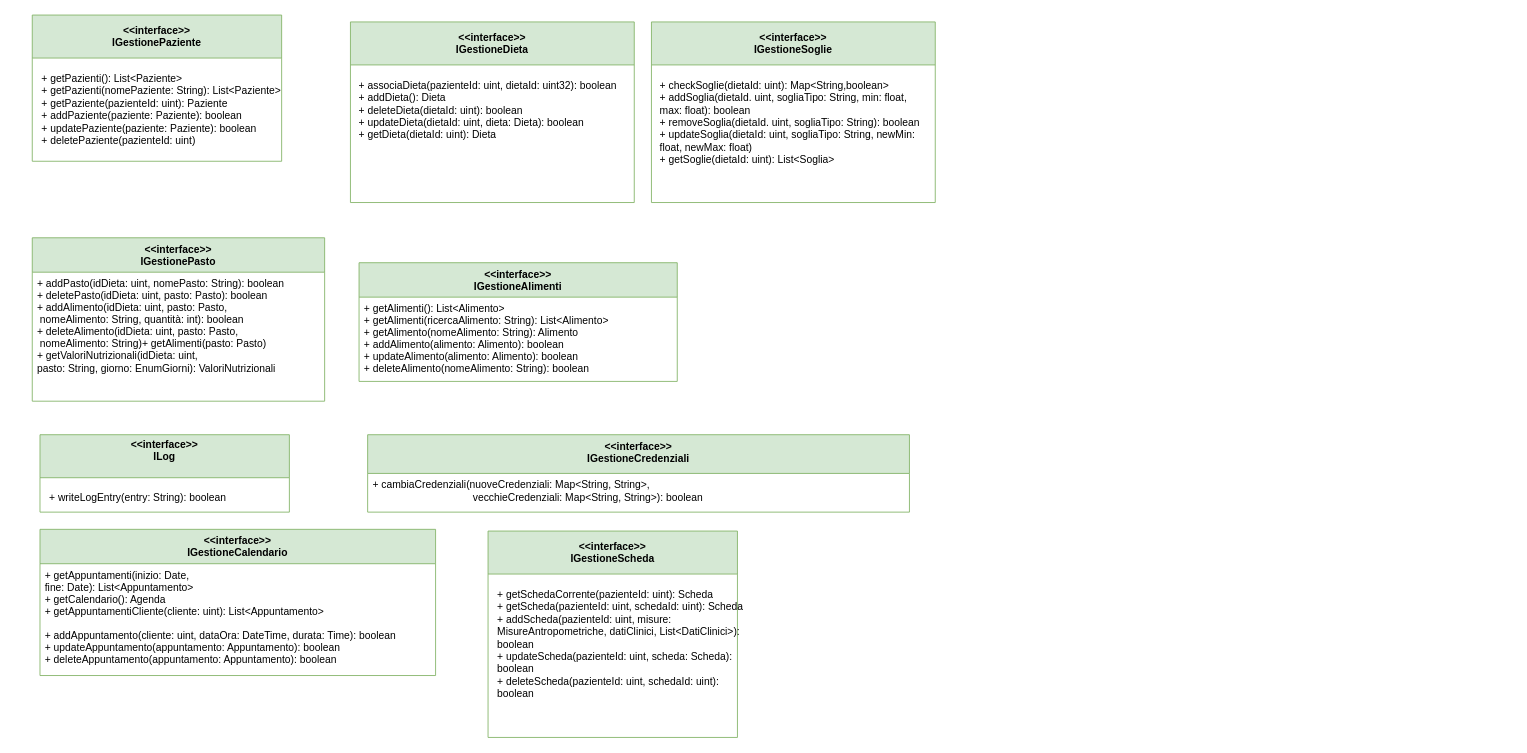
Earlier version of the draw.io diagram UML/UML_interfacce.drawio (DeborohNoah/IngSoft). Source tidied: cells renumbered, new cells numbered last; positions are measured from the earlier drawing's top-left corner, leaving out a move shared by most shapes. Both pictures are drawn from the tidied source at 86%, with x=0, y=0 at pixel (32, 15).
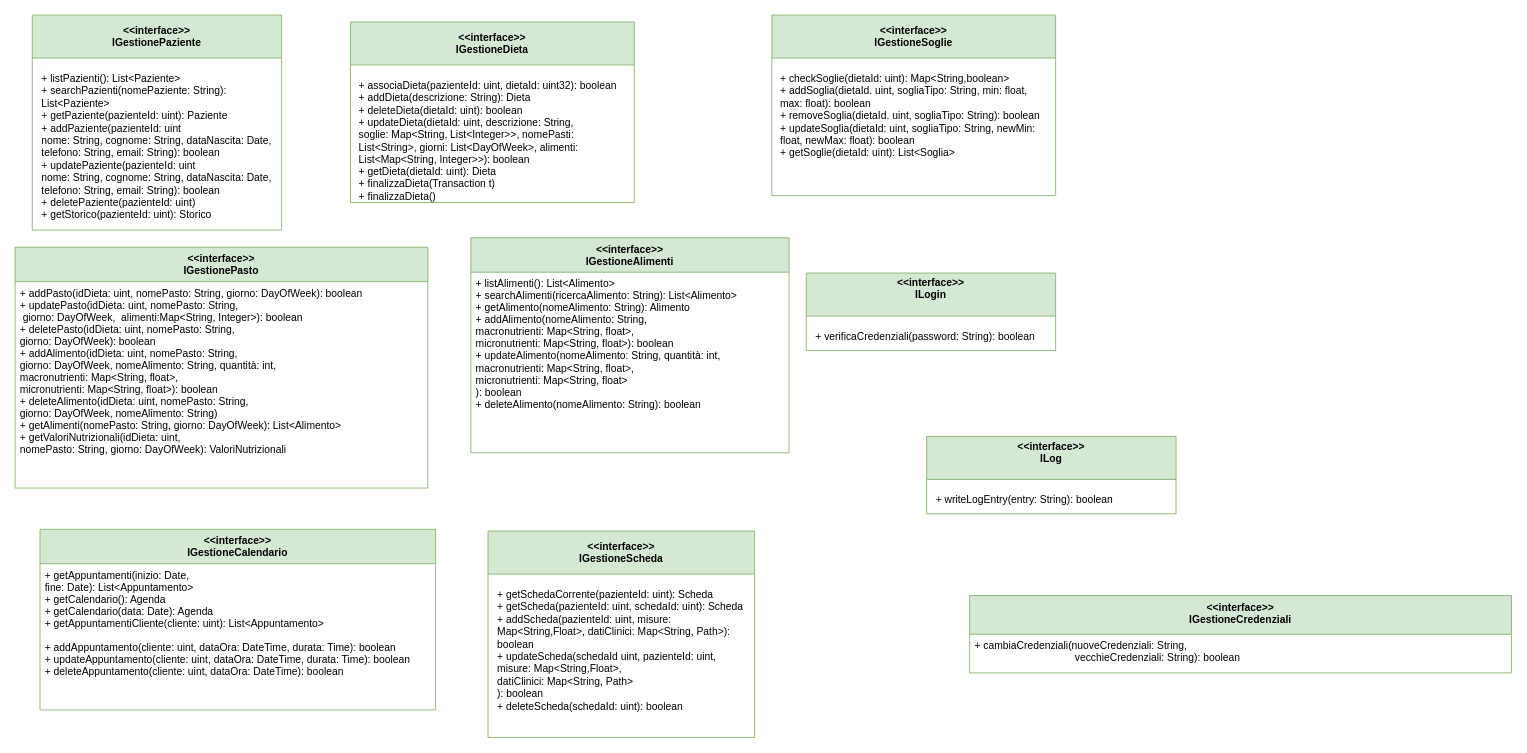
The same diagram, later.

Commit message (it also covers changes not shown here):
revisione interfacce

The change refers to these unchanged cells:
```xml
<mxCell id="4" value="&lt;&lt;interface&gt;&gt;&#10;IGestioneDieta" style="swimlane;startSize=50;fillColor=#d5e8d4;strokeColor=#82b366;" parent="1" vertex="1">
  <mxGeometry x="370" y="8" width="330" height="210" as="geometry" />
</mxCell>
```

Diff of the diagram source:
```diff
@@
     <mxCell id="2" value="&lt;&lt;interface&gt;&gt;&#10;IGestionePaziente" style="swimlane;startSize=50;fillColor=#d5e8d4;strokeColor=#82b366;" parent="1" vertex="1">
-      <mxGeometry width="290" height="170" as="geometry" />
+      <mxGeometry width="290" height="250" as="geometry" />
     </mxCell>
-    <mxCell id="3" value="&lt;div&gt;+ getPazienti(): List&amp;lt;Paziente&amp;gt;&lt;/div&gt;&lt;div&gt;+ getPazienti(nomePaziente: String): List&amp;lt;Paziente&amp;gt;&lt;/div&gt;&lt;div&gt;+ getPaziente(pazienteId: uint): Paziente&lt;/div&gt;&lt;div&gt;+ addPaziente(paziente: Paziente): boolean&lt;/div&gt;&lt;div&gt;+ updatePaziente(paziente: Paziente): boolean&lt;/div&gt;+ deletePaziente(pazienteId: uint)" style="text;whiteSpace=wrap;html=1;" parent="2" vertex="1">
+    <mxCell id="3" value="&lt;div&gt;+ listPazienti(): List&amp;lt;Paziente&amp;gt;&lt;/div&gt;&lt;div&gt;+ searchPazienti(nomePaziente: String): List&amp;lt;Paziente&amp;gt;&lt;/div&gt;&lt;div&gt;+ getPaziente(pazienteId: uint): Paziente&lt;/div&gt;&lt;div&gt;+ addPaziente(pazienteId: uint&lt;/div&gt;nome: String, cognome: String, dataNascita: Date, telefono: String, email: String&lt;span style=&quot;background-color: initial;&quot;&gt;): boolean&lt;/span&gt;&lt;br&gt;&lt;div&gt;+ updatePaziente(&lt;span style=&quot;background-color: initial;&quot;&gt;pazienteId: uint&lt;/span&gt;&lt;br&gt;nome: String, cognome: String, dataNascita: Date, telefono: String, email: String): boolean&lt;/div&gt;&lt;div&gt;+ deletePaziente(pazienteId: uint)&lt;/div&gt;&lt;div&gt;+ getStorico(pazienteId: uint): Storico&lt;/div&gt;&lt;div&gt;&lt;/div&gt;" style="text;whiteSpace=wrap;html=1;" parent="2" vertex="1">
       <mxGeometry x="9" y="60" width="290" height="30" as="geometry" />
     </mxCell>
@@
-    <mxCell id="5" value="+ associaDieta(pazienteId: uint, dietaId: uint32): boolean&lt;br&gt;+ addDieta(): Dieta&lt;br&gt;+ deleteDieta(dietaId: uint): boolean&lt;br&gt;&lt;div&gt;+ updateDieta(dietaId: uint, dieta: Dieta): boolean&lt;/div&gt;&lt;div&gt;+ getDieta(dietaId: uint): Dieta&lt;br&gt;&lt;/div&gt;" style="text;whiteSpace=wrap;html=1;" parent="4" vertex="1">
+    <mxCell id="5" value="+ associaDieta(pazienteId: uint, dietaId: uint32): boolean&lt;br&gt;+ addDieta(descrizione: String): Dieta&lt;br&gt;+ deleteDieta(dietaId: uint): boolean&lt;br&gt;&lt;div&gt;+ updateDieta(dietaId: uint, descrizione: String,&amp;nbsp;&lt;/div&gt;&lt;div&gt;soglie: Map&amp;lt;String, List&amp;lt;Integer&amp;gt;&amp;gt;, nomePasti: List&amp;lt;String&amp;gt;, giorni: List&amp;lt;DayOfWeek&amp;gt;, alimenti: List&amp;lt;Map&amp;lt;String, Integer&amp;gt;&amp;gt;): boolean&lt;/div&gt;&lt;div&gt;+ getDieta(dietaId: uint): Dieta&lt;br&gt;&lt;/div&gt;&lt;div&gt;+ finalizzaDieta(Transaction t)&lt;/div&gt;&lt;div&gt;+ finalizzaDieta()&lt;/div&gt;" style="text;whiteSpace=wrap;html=1;" parent="4" vertex="1">
       <mxGeometry x="8" y="60" width="312" height="30" as="geometry" />
     </mxCell>
     <mxCell id="6" value="&lt;&lt;interface&gt;&gt;&#10;IGestionePasto&#10;" style="swimlane;fontStyle=1;align=center;verticalAlign=top;horizontal=1;startSize=40;fillColor=#d5e8d4;strokeColor=#82b366;" parent="1" vertex="1">
-      <mxGeometry y="259" width="340" height="190" as="geometry" />
+      <mxGeometry x="-20" y="270" width="480" height="280" as="geometry" />
     </mxCell>
-    <mxCell id="7" value="+ addPasto(idDieta: uint, nomePasto: String): boolean&#10;+ deletePasto(idDieta: uint, pasto: Pasto): boolean&#10;+ addAlimento(idDieta: uint, pasto: Pasto,&#10; nomeAlimento: String, quantità: int): boolean&#10;+ deleteAlimento(idDieta: uint, pasto: Pasto,&#10; nomeAlimento: String)+ getAlimenti(pasto: Pasto)&#10;+ getValoriNutrizionali(idDieta: uint, &#10;pasto: String, giorno: EnumGiorni): ValoriNutrizionali" style="text;align=left;verticalAlign=top;spacingLeft=4;spacingRight=4;overflow=hidden;" parent="6" vertex="1">
-      <mxGeometry y="40" width="340" height="150" as="geometry" />
+    <mxCell id="7" value="+ addPasto(idDieta: uint, nomePasto: String, giorno: DayOfWeek): boolean&#10;+ updatePasto(idDieta: uint, nomePasto: String,&#10; giorno: DayOfWeek,  alimenti:Map&lt;String, Integer&gt;): boolean&#10;+ deletePasto(idDieta: uint, nomePasto: String,&#10;giorno: DayOfWeek): boolean&#10;+ addAlimento(idDieta: uint, nomePasto: String,&#10;giorno: DayOfWeek, nomeAlimento: String, quantità: int,&#10;macronutrienti: Map&lt;String, float&gt;,&#10;micronutrienti: Map&lt;String, float&gt;): boolean&#10;+ deleteAlimento(idDieta: uint, nomePasto: String,&#10;giorno: DayOfWeek, nomeAlimento: String)&#10;+ getAlimenti(nomePasto: String, giorno: DayOfWeek): List&lt;Alimento&gt;&#10;+ getValoriNutrizionali(idDieta: uint,&#10;nomePasto: String, giorno: DayOfWeek): ValoriNutrizionali" style="text;align=left;verticalAlign=top;spacingLeft=4;spacingRight=4;overflow=hidden;" parent="6" vertex="1">
+      <mxGeometry y="40" width="480" height="240" as="geometry" />
     </mxCell>
     <mxCell id="8" value="&lt;&lt;interface&gt;&gt;&#10;ILog&#10;" style="swimlane;startSize=50;fillColor=#d5e8d4;strokeColor=#82b366;" parent="1" vertex="1">
-      <mxGeometry x="9" y="488" width="290" height="90" as="geometry" />
+      <mxGeometry x="1040" y="490" width="290" height="90" as="geometry" />
     </mxCell>
@@
     <mxCell id="10" value="&lt;&lt;interface&gt;&gt;&#10;IGestioneAlimenti" style="swimlane;fontStyle=1;align=center;verticalAlign=top;horizontal=1;startSize=40;fillColor=#d5e8d4;strokeColor=#82b366;" parent="1" vertex="1">
-      <mxGeometry x="380" y="288" width="370" height="138" as="geometry" />
+      <mxGeometry x="510" y="259" width="370" height="250" as="geometry" />
     </mxCell>
-    <mxCell id="11" value="+ getAlimenti(): List&lt;Alimento&gt;&#10;+ getAlimenti(ricercaAlimento: String): List&lt;Alimento&gt;&#10;+ getAlimento(nomeAlimento: String): Alimento&#10;+ addAlimento(alimento: Alimento): boolean &#10;+ updateAlimento(alimento: Alimento): boolean&#10;+ deleteAlimento(nomeAlimento: String): boolean&#10;&#10;" style="text;align=left;verticalAlign=top;spacingLeft=4;spacingRight=4;overflow=hidden;" parent="10" vertex="1">
-      <mxGeometry y="40" width="370" height="98" as="geometry" />
+    <mxCell id="11" value="+ listAlimenti(): List&lt;Alimento&gt;&#10;+ searchAlimenti(ricercaAlimento: String): List&lt;Alimento&gt;&#10;+ getAlimento(nomeAlimento: String): Alimento&#10;+ addAlimento(nomeAlimento: String,&#10;macronutrienti: Map&lt;String, float&gt;,&#10;micronutrienti: Map&lt;String, float&gt;): boolean&#10;+ updateAlimento(nomeAlimento: String, quantità: int,&#10;macronutrienti: Map&lt;String, float&gt;,&#10;micronutrienti: Map&lt;String, float&gt;&#10;): boolean&#10;+ deleteAlimento(nomeAlimento: String): boolean&#10;&#10;" style="text;align=left;verticalAlign=top;spacingLeft=4;spacingRight=4;overflow=hidden;" parent="10" vertex="1">
+      <mxGeometry y="40" width="370" height="210" as="geometry" />
     </mxCell>
     <mxCell id="12" value="&lt;&lt;interface&gt;&gt;&#10;IGestioneCredenziali" style="swimlane;fontStyle=1;align=center;verticalAlign=top;horizontal=1;startSize=45;fillColor=#d5e8d4;strokeColor=#82b366;" parent="1" vertex="1">
-      <mxGeometry x="390" y="488" width="630" height="90" as="geometry" />
+      <mxGeometry x="1090" y="675" width="630" height="90" as="geometry" />
     </mxCell>
-    <mxCell id="13" value="+ cambiaCredenziali(nuoveCredenziali: Map&lt;String, String&gt;, &#10;                                   vecchieCredenziali: Map&lt;String, String&gt;): boolean" style="text;align=left;verticalAlign=top;spacingLeft=4;spacingRight=4;overflow=hidden;" parent="12" vertex="1">
+    <mxCell id="13" value="+ cambiaCredenziali(nuoveCredenziali: String,&#10;                                   vecchieCredenziali: String): boolean" style="text;align=left;verticalAlign=top;spacingLeft=4;spacingRight=4;overflow=hidden;" parent="12" vertex="1">
       <mxGeometry y="45" width="630" height="45" as="geometry" />
     </mxCell>
     <mxCell id="14" value="&lt;&lt;interface&gt;&gt;&#10;IGestioneCalendario" style="swimlane;fontStyle=1;align=center;verticalAlign=top;horizontal=1;startSize=40;fillColor=#d5e8d4;strokeColor=#82b366;" parent="1" vertex="1">
-      <mxGeometry x="9" y="598" width="460" height="170" as="geometry" />
+      <mxGeometry x="9" y="598" width="460" height="210" as="geometry" />
     </mxCell>
-    <mxCell id="15" value="+ getAppuntamenti(inizio: Date,&#10;fine: Date): List&lt;Appuntamento&gt;&#10;+ getCalendario(): Agenda&#10;+ getAppuntamentiCliente(cliente: uint): List&lt;Appuntamento&gt; &#10;&#10;+ addAppuntamento(cliente: uint, dataOra: DateTime, durata: Time): boolean&#10;+ updateAppuntamento(appuntamento: Appuntamento): boolean&#10;+ deleteAppuntamento(appuntamento: Appuntamento): boolean" style="text;align=left;verticalAlign=top;spacingLeft=4;spacingRight=4;overflow=hidden;" parent="14" vertex="1">
-      <mxGeometry y="40" width="460" height="130" as="geometry" />
+    <mxCell id="15" value="+ getAppuntamenti(inizio: Date,&#10;fine: Date): List&lt;Appuntamento&gt;&#10;+ getCalendario(): Agenda&#10;+ getCalendario(data: Date): Agenda&#10;+ getAppuntamentiCliente(cliente: uint): List&lt;Appuntamento&gt;&#10;&#10;+ addAppuntamento(cliente: uint, dataOra: DateTime, durata: Time): boolean&#10;+ updateAppuntamento(cliente: uint, dataOra: DateTime, durata: Time): boolean&#10;+ deleteAppuntamento(cliente: uint, dataOra: DateTime): boolean" style="text;align=left;verticalAlign=top;spacingLeft=4;spacingRight=4;overflow=hidden;" parent="14" vertex="1">
+      <mxGeometry y="40" width="460" height="170" as="geometry" />
     </mxCell>
     <mxCell id="16" value="&lt;&lt;interface&gt;&gt;&#10;IGestioneSoglie" style="swimlane;startSize=50;fillColor=#d5e8d4;strokeColor=#82b366;" parent="1" vertex="1">
-      <mxGeometry x="720" y="8" width="330" height="210" as="geometry" />
+      <mxGeometry x="860" width="330" height="210" as="geometry" />
     </mxCell>
-    <mxCell id="17" value="+ checkSoglie(dietaId: uint): Map&amp;lt;String,boolean&amp;gt;&lt;br&gt;&lt;div&gt;+ addSoglia(dietaId. uint, sogliaTipo: String, min: float, max: float): boolean&lt;/div&gt;&lt;div&gt;+ removeSoglia(dietaId. uint, sogliaTipo: String): boolean&lt;/div&gt;&lt;div&gt;+ updateSoglia(dietaId: uint, sogliaTipo: String, newMin: float, newMax: float)&lt;br&gt;+ getSoglie(dietaId: uint): List&amp;lt;Soglia&amp;gt;&lt;/div&gt;" style="text;whiteSpace=wrap;html=1;" parent="16" vertex="1">
+    <mxCell id="17" value="+ checkSoglie(dietaId: uint): Map&amp;lt;String,boolean&amp;gt;&lt;br&gt;&lt;div&gt;+ addSoglia(dietaId. uint, sogliaTipo: String, min: float, max: float): boolean&lt;/div&gt;&lt;div&gt;+ removeSoglia(dietaId. uint, sogliaTipo: String): boolean&lt;/div&gt;&lt;div&gt;+ updateSoglia(dietaId: uint, sogliaTipo: String, newMin: float, newMax: float): boolean&lt;br&gt;+ getSoglie(dietaId: uint): List&amp;lt;Soglia&amp;gt;&lt;/div&gt;" style="text;whiteSpace=wrap;html=1;" parent="16" vertex="1">
       <mxGeometry x="8" y="60" width="312" height="30" as="geometry" />
     </mxCell>
     <mxCell id="18" value="&lt;&lt;interface&gt;&gt;&#10;IGestioneScheda" style="swimlane;startSize=50;fillColor=#d5e8d4;strokeColor=#82b366;" parent="1" vertex="1">
-      <mxGeometry x="530" y="600" width="290" height="240" as="geometry" />
+      <mxGeometry x="530" y="600" width="310" height="240" as="geometry" />
     </mxCell>
-    <mxCell id="19" value="&lt;div&gt;&lt;div&gt;+ getSchedaCorrente(pazienteId: uint): Scheda&lt;/div&gt;&lt;/div&gt;&lt;div&gt;+ getScheda(pazienteId: uint, schedaId: uint): Scheda&lt;br&gt;&lt;/div&gt;+ addScheda(pazienteId: uint, misure: MisureAntropometriche, datiClinici, List&amp;lt;DatiClinici&amp;gt;): boolean&lt;br&gt;+ updateScheda(pazienteId: uint, scheda: Scheda): boolean&lt;br&gt;+ deleteScheda(pazienteId: uint, schedaId: uint): boolean&lt;div&gt;&lt;br&gt;&lt;/div&gt;" style="text;whiteSpace=wrap;html=1;" parent="18" vertex="1">
+    <mxCell id="19" value="&lt;div&gt;&lt;div&gt;&lt;div&gt;+ getSchedaCorrente(pazienteId: uint): Scheda&lt;/div&gt;&lt;div&gt;+ getScheda(pazienteId: uint, schedaId: uint): Scheda&lt;br&gt;+ addScheda(pazienteId: uint, misure: Map&amp;lt;String,Float&amp;gt;, datiClinici: Map&amp;lt;String, Path&amp;gt;): boolean&lt;br&gt;+ updateScheda(schedaId uint, pazienteId: uint,&amp;nbsp;&lt;/div&gt;misure: Map&amp;lt;String,Float&amp;gt;,&lt;br&gt;datiClinici: Map&amp;lt;String, Path&amp;gt;&lt;div&gt;&lt;span style=&quot;background-color: initial;&quot;&gt;): boolean&lt;/span&gt;&lt;/div&gt;&lt;div&gt;+ deleteScheda(schedaId: uint): boolean&lt;br&gt;&lt;/div&gt;&lt;div&gt;&lt;br&gt;&lt;/div&gt;&lt;/div&gt;&lt;/div&gt;" style="text;whiteSpace=wrap;html=1;" parent="18" vertex="1">
       <mxGeometry x="9" y="60" width="290" height="30" as="geometry" />
     </mxCell>
+    <mxCell id="20" value="&lt;&lt;interface&gt;&gt;&#10;ILogin&#10;" style="swimlane;startSize=50;fillColor=#d5e8d4;strokeColor=#82b366;" parent="1" vertex="1">
+      <mxGeometry x="900" y="300" width="290" height="90" as="geometry" />
+    </mxCell>
+    <mxCell id="21" value="+ verificaCredenziali(password: String): boolean" style="text;whiteSpace=wrap;html=1;" parent="20" vertex="1">
+      <mxGeometry x="9" y="60" width="290" height="30" as="geometry" />
+    </mxCell>
```
